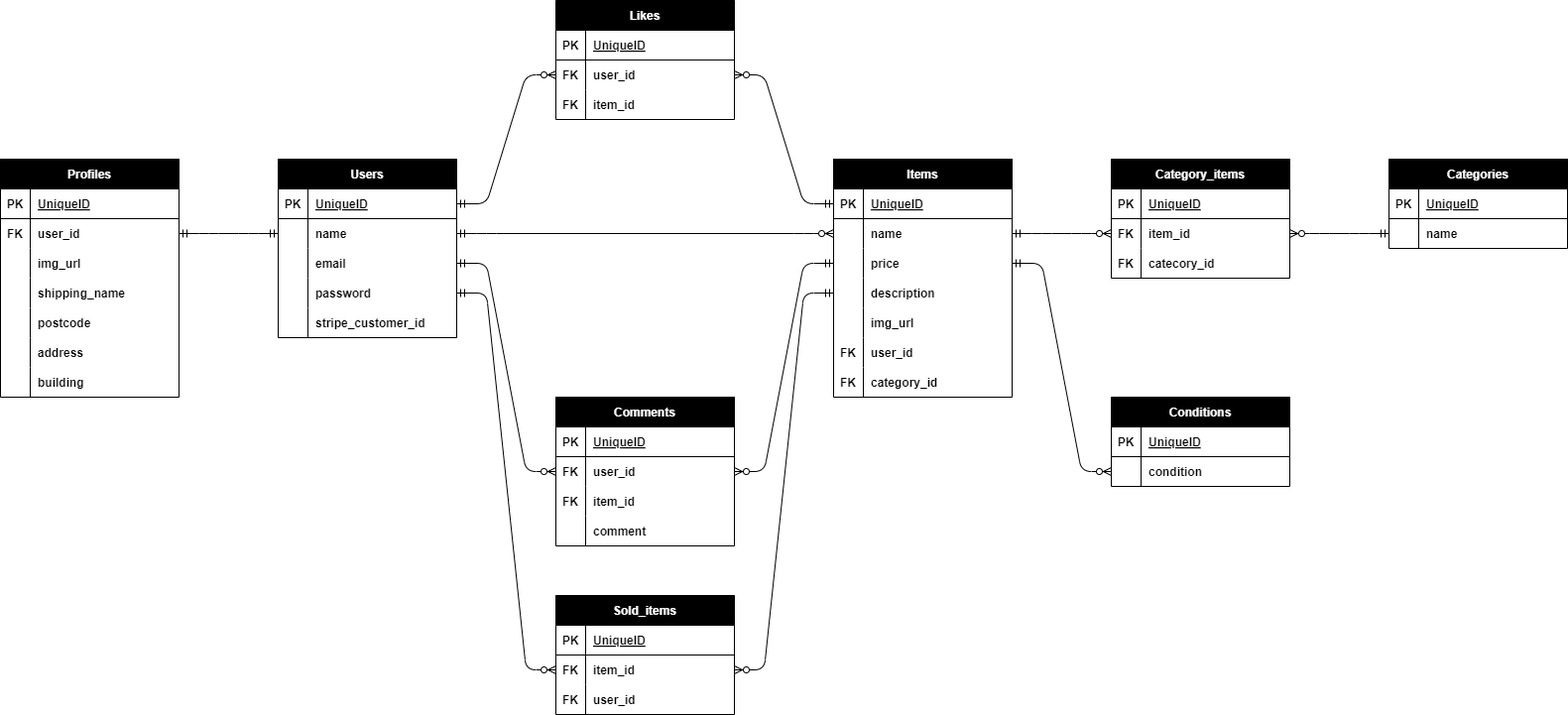
The draw.io diagram img/table_ER.drawio.png in ishikawashinnya/Flea-Market, before a commit. Source tidied: cells renumbered, new cells last; positions are measured from the earlier drawing's top-left corner, leaving out a move shared by most shapes.
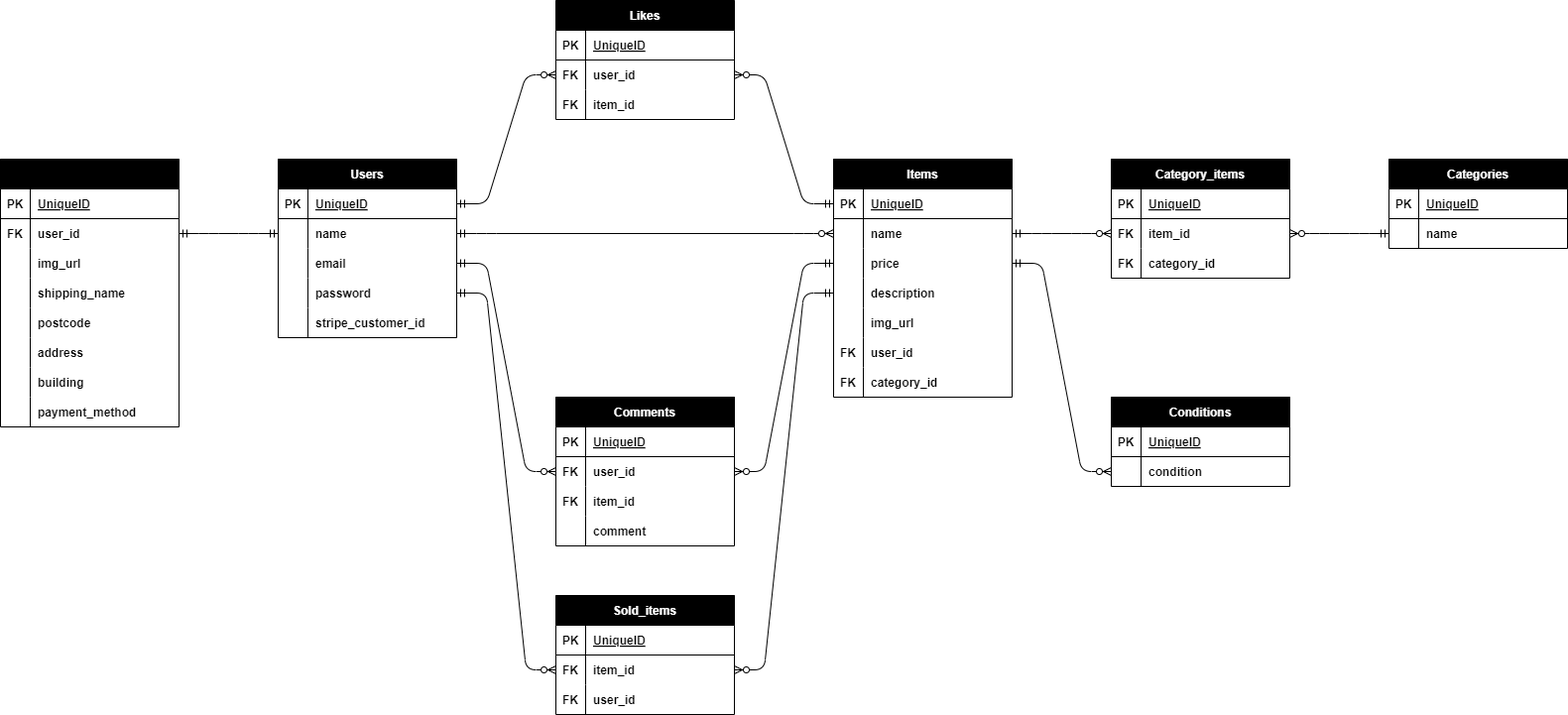
The same diagram one commit later.

The edit, as a diff of the source:
```diff
@@ -2,8 +2,8 @@
   <root>
     <mxCell id="0" />
     <mxCell id="1" parent="0" />
-    <mxCell id="2" value="Profiles" style="shape=table;startSize=30;rowLines=0;fontStyle=1;align=center;labelBorderColor=none;strokeColor=#000000;fontColor=#FFFFFF;fillColor=#000000;" parent="1" vertex="1">
-      <mxGeometry y="160" width="180" height="240" as="geometry" />
+    <mxCell id="2" value="Profiles" style="shape=table;startSize=30;rowLines=0;fontStyle=1;align=center;labelBorderColor=none;strokeColor=#000000;fontColor=#000000;fillColor=#000000;" parent="1" vertex="1">
+      <mxGeometry y="160" width="180" height="270" as="geometry" />
     </mxCell>
     <mxCell id="3" style="shape=tableRow;horizontal=0;startSize=0;swimlaneHead=0;swimlaneBody=0;fillColor=none;top=0;left=0;right=0;bottom=1;labelBorderColor=#F0F0F0;strokeColor=#000000;fontColor=#000000;" parent="2" vertex="1">
       <mxGeometry y="30" width="180" height="30" as="geometry" />
@@ -68,6 +68,15 @@
     <mxCell id="23" value="building" style="shape=partialRectangle;fillColor=none;top=0;left=0;bottom=0;right=0;align=left;spacingLeft=6;overflow=hidden;labelBorderColor=none;strokeColor=#FFFFFF;fontColor=#000000;fontStyle=1;" parent="21" vertex="1">
       <mxGeometry x="30" width="150" height="30" as="geometry" />
     </mxCell>
+    <mxCell id="130" style="shape=tableRow;horizontal=0;startSize=0;swimlaneHead=0;swimlaneBody=0;fillColor=none;top=0;left=0;right=0;bottom=0;" parent="2" vertex="1">
+      <mxGeometry y="240" width="180" height="30" as="geometry" />
+    </mxCell>
+    <mxCell id="131" style="shape=partialRectangle;fillColor=none;top=0;left=0;bottom=0;right=0;overflow=hidden;" parent="130" vertex="1">
+      <mxGeometry width="30" height="30" as="geometry" />
+    </mxCell>
+    <mxCell id="132" value="payment_method" style="shape=partialRectangle;fillColor=none;top=0;left=0;bottom=0;right=0;align=left;spacingLeft=6;overflow=hidden;fontColor=#000000;fontStyle=1;" parent="130" vertex="1">
+      <mxGeometry x="30" width="150" height="30" as="geometry" />
+    </mxCell>
     <mxCell id="24" value="Users" style="shape=table;startSize=30;rowLines=0;fontStyle=1;align=center;labelBorderColor=none;strokeColor=#000000;fontColor=#FFFFFF;fillColor=#000000;" parent="1" vertex="1">
       <mxGeometry x="280" y="160" width="180" height="180" as="geometry" />
     </mxCell>
@@ -308,7 +317,7 @@
     <mxCell id="103" value="FK" style="shape=partialRectangle;fillColor=none;top=0;left=0;bottom=0;right=0;overflow=hidden;labelBorderColor=none;strokeColor=#000000;fontColor=#000000;fontStyle=1;" parent="102" vertex="1">
       <mxGeometry width="30" height="30" as="geometry" />
     </mxCell>
-    <mxCell id="104" value="catecory_id" style="shape=partialRectangle;fillColor=none;top=0;left=0;bottom=0;right=0;align=left;spacingLeft=6;overflow=hidden;labelBorderColor=none;strokeColor=#000000;fontColor=#000000;fontStyle=1;" parent="102" vertex="1">
+    <mxCell id="104" value="category_id" style="shape=partialRectangle;fillColor=none;top=0;left=0;bottom=0;right=0;align=left;spacingLeft=6;overflow=hidden;labelBorderColor=none;strokeColor=#000000;fontColor=#000000;fontStyle=1;" parent="102" vertex="1">
       <mxGeometry x="30" width="150" height="30" as="geometry" />
     </mxCell>
     <mxCell id="105" value="Categories" style="shape=table;startSize=30;rowLines=0;fontStyle=1;align=center;labelBorderColor=none;strokeColor=#000000;fontColor=#FFFFFF;fillColor=#000000;" parent="1" vertex="1">
```
